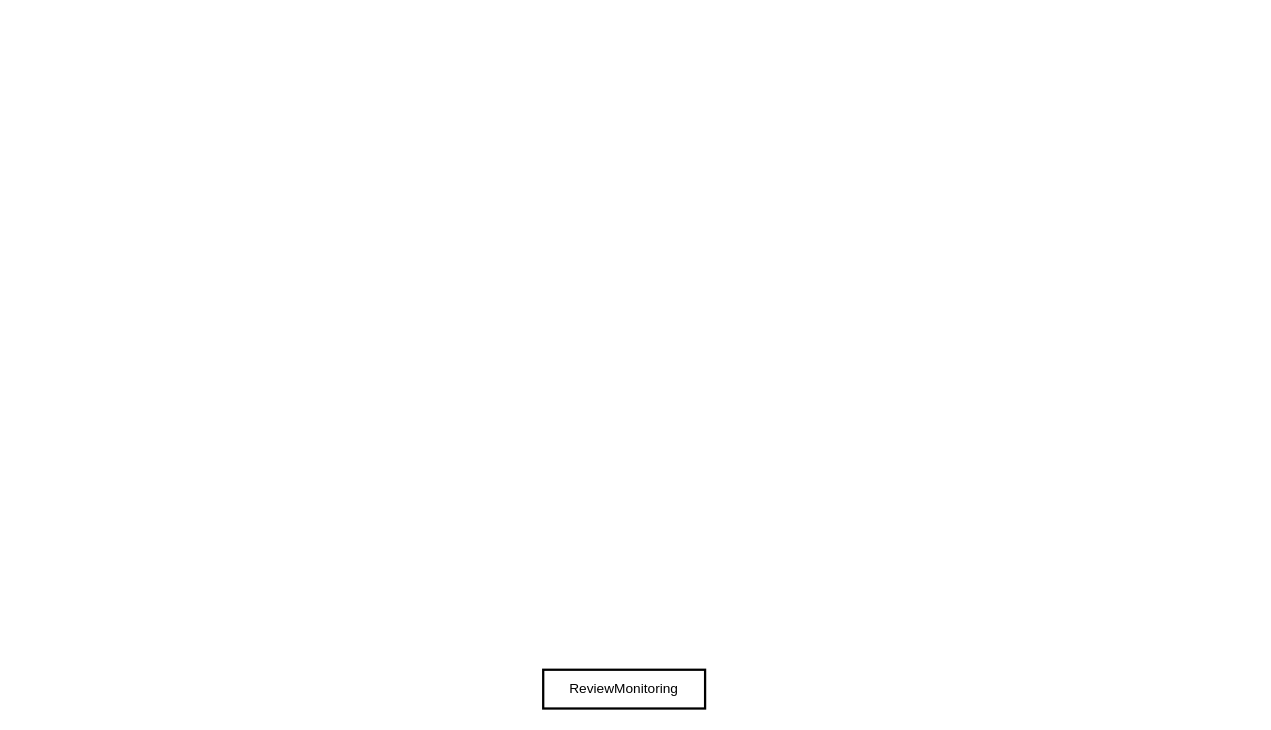
The draw.io diagram ReviewMonitoringDiagram.drawio in jrSin2/amplifyapp, before the edit. Source tidied: cells renumbered, new cells numbered last; positions are measured from the earlier drawing's top-left corner, leaving out a move shared by most shapes. Both pictures are drawn from the tidied source at 114%, with x=0, y=0 at pixel (543, 669).
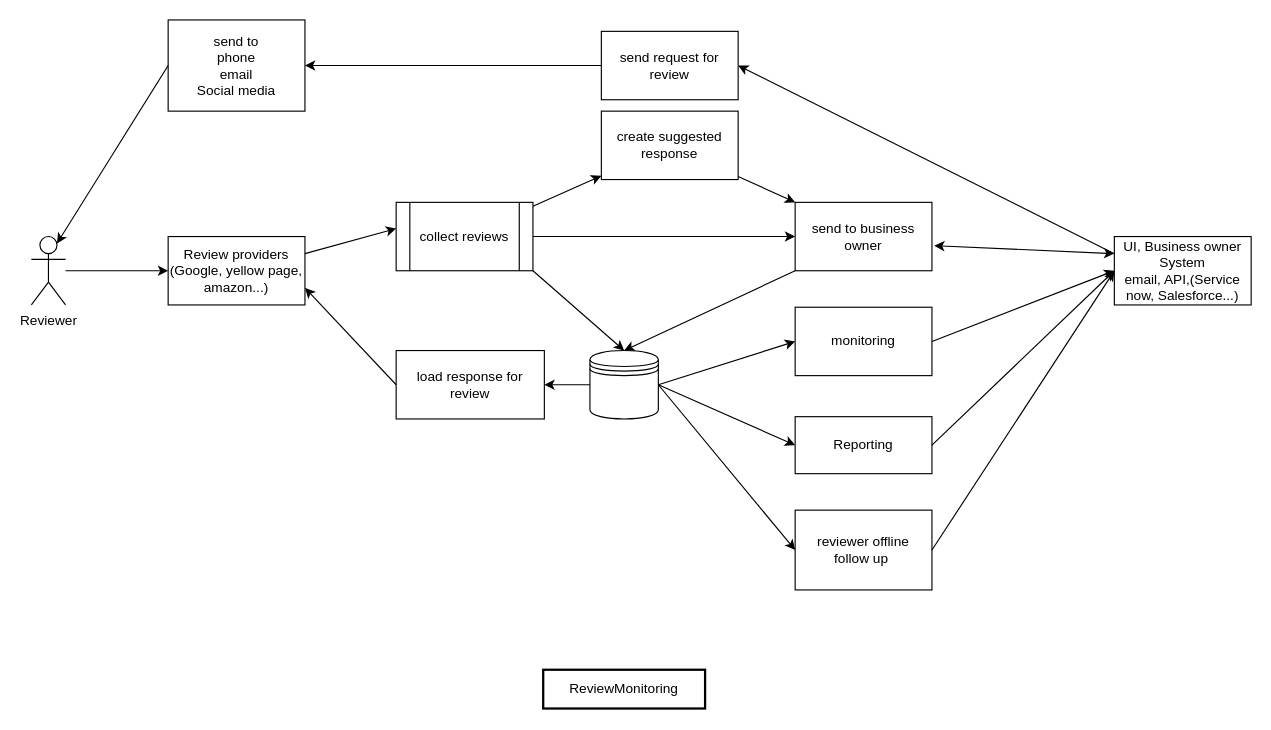
The same page after the edit.

What changed in the source:
```diff
@@
+    <mxCell id="3" value="Review providers&lt;br&gt;(Google, yellow page, amazon...)" style="rounded=0;whiteSpace=wrap;html=1;" parent="1" vertex="1">
+      <mxGeometry x="-329" y="-380" width="120" height="60" as="geometry" />
+    </mxCell>
+    <mxCell id="4" value="collect reviews" style="shape=process;whiteSpace=wrap;html=1;backgroundOutline=1;" parent="1" vertex="1">
+      <mxGeometry x="-129" y="-410" width="120" height="60" as="geometry" />
+    </mxCell>
+    <mxCell id="5" value="create suggested response" style="rounded=0;whiteSpace=wrap;html=1;" parent="1" vertex="1">
+      <mxGeometry x="51" y="-490" width="120" height="60" as="geometry" />
+    </mxCell>
+    <mxCell id="6" value="send to business owner" style="rounded=0;whiteSpace=wrap;html=1;" parent="1" vertex="1">
+      <mxGeometry x="221" y="-410" width="120" height="60" as="geometry" />
+    </mxCell>
+    <mxCell id="7" value="Reviewer&lt;br&gt;" style="shape=umlActor;verticalLabelPosition=bottom;verticalAlign=top;html=1;outlineConnect=0;" parent="1" vertex="1">
+      <mxGeometry x="-449" y="-380" width="30" height="60" as="geometry" />
+    </mxCell>
+    <mxCell id="8" value="load response for review" style="rounded=0;whiteSpace=wrap;html=1;" parent="1" vertex="1">
+      <mxGeometry x="-129" y="-280" width="130" height="60" as="geometry" />
+    </mxCell>
+    <mxCell id="9" style="endArrow=classic;html=1;rounded=0;exitX=1;exitY=0.25;exitDx=0;exitDy=0;entryX=0;entryY=0.383;entryDx=0;entryDy=0;entryPerimeter=0;" parent="1" edge="1" source="3" target="4">
+      <mxGeometry relative="1" as="geometry" />
+    </mxCell>
+    <mxCell id="10" style="endArrow=classic;html=1;rounded=0;" parent="1" edge="1" source="4" target="5">
+      <mxGeometry relative="1" as="geometry" />
+    </mxCell>
+    <mxCell id="11" style="endArrow=classic;html=1;rounded=0;entryX=0;entryY=0;entryDx=0;entryDy=0;" parent="1" edge="1" source="5" target="6">
+      <mxGeometry relative="1" as="geometry" />
+    </mxCell>
+    <mxCell id="12" style="endArrow=classic;html=1;rounded=0;entryX=0.5;entryY=0;entryDx=0;entryDy=0;exitX=0;exitY=1;exitDx=0;exitDy=0;" parent="1" edge="1" source="6" target="20">
+      <mxGeometry relative="1" as="geometry" />
+    </mxCell>
+    <mxCell id="13" style="endArrow=classic;startArrow=classic;html=1;rounded=0;exitX=1.017;exitY=0.633;exitDx=0;exitDy=0;exitPerimeter=0;entryX=0;entryY=0.25;entryDx=0;entryDy=0;" parent="1" edge="1" source="6" target="32">
+      <mxGeometry relative="1" as="geometry" />
+    </mxCell>
+    <mxCell id="14" style="endArrow=classic;html=1;rounded=0;exitX=0;exitY=0.5;exitDx=0;exitDy=0;entryX=1;entryY=0.75;entryDx=0;entryDy=0;" parent="1" edge="1" source="8" target="3">
+      <mxGeometry relative="1" as="geometry" />
+    </mxCell>
+    <mxCell id="15" value="send request for review" style="rounded=0;whiteSpace=wrap;html=1;" parent="1" vertex="1">
+      <mxGeometry x="51" y="-560" width="120" height="60" as="geometry" />
+    </mxCell>
+    <mxCell id="16" style="endArrow=classic;html=1;rounded=0;entryX=1;entryY=0.5;entryDx=0;entryDy=0;exitX=0;exitY=0.25;exitDx=0;exitDy=0;" parent="1" edge="1" source="32" target="15">
+      <mxGeometry relative="1" as="geometry" />
+    </mxCell>
+    <mxCell id="17" style="endArrow=classic;html=1;rounded=0;exitX=0;exitY=0.5;exitDx=0;exitDy=0;" parent="1" edge="1" source="15" target="18">
+      <mxGeometry relative="1" as="geometry" />
+    </mxCell>
+    <mxCell id="18" value="send to &lt;br&gt;phone&lt;br&gt;email&lt;br&gt;&amp;nbsp;Social media&amp;nbsp;" style="rounded=0;whiteSpace=wrap;html=1;" parent="1" vertex="1">
+      <mxGeometry x="-329" y="-570" width="120" height="80" as="geometry" />
+    </mxCell>
+    <mxCell id="19" style="endArrow=classic;html=1;rounded=0;entryX=0.75;entryY=0.1;entryDx=0;entryDy=0;entryPerimeter=0;exitX=0;exitY=0.5;exitDx=0;exitDy=0;" parent="1" edge="1" source="18" target="7">
+      <mxGeometry relative="1" as="geometry" />
+    </mxCell>
+    <mxCell id="20" style="shape=datastore;whiteSpace=wrap;html=1;" parent="1" vertex="1">
+      <mxGeometry x="41" y="-280" width="60" height="60" as="geometry" />
+    </mxCell>
+    <mxCell id="21" style="endArrow=classic;html=1;rounded=0;entryX=0.5;entryY=0;entryDx=0;entryDy=0;exitX=1;exitY=1;exitDx=0;exitDy=0;" parent="1" edge="1" source="4" target="20">
+      <mxGeometry relative="1" as="geometry" />
+    </mxCell>
+    <mxCell id="22" value="monitoring" style="rounded=0;whiteSpace=wrap;html=1;" parent="1" vertex="1">
+      <mxGeometry x="221" y="-318" width="120" height="60" as="geometry" />
+    </mxCell>
+    <mxCell id="23" value="Reporting" style="rounded=0;whiteSpace=wrap;html=1;" parent="1" vertex="1">
+      <mxGeometry x="221" y="-222" width="120" height="50" as="geometry" />
+    </mxCell>
+    <mxCell id="24" value="reviewer offline&lt;br&gt;follow up&amp;nbsp;" style="rounded=0;whiteSpace=wrap;html=1;" parent="1" vertex="1">
+      <mxGeometry x="221" y="-140" width="120" height="70" as="geometry" />
+    </mxCell>
+    <mxCell id="25" style="endArrow=classic;html=1;rounded=0;entryX=0;entryY=0.5;entryDx=0;entryDy=0;exitX=1;exitY=0.5;exitDx=0;exitDy=0;" parent="1" edge="1" source="20" target="22">
+      <mxGeometry relative="1" as="geometry" />
+    </mxCell>
+    <mxCell id="26" style="endArrow=classic;html=1;rounded=0;entryX=0;entryY=0.5;entryDx=0;entryDy=0;exitX=1;exitY=0.5;exitDx=0;exitDy=0;" parent="1" edge="1" source="20" target="23">
+      <mxGeometry relative="1" as="geometry" />
+    </mxCell>
+    <mxCell id="27" style="endArrow=classic;html=1;rounded=0;exitX=1;exitY=0.5;exitDx=0;exitDy=0;entryX=0;entryY=0.5;entryDx=0;entryDy=0;" parent="1" edge="1" source="20" target="24">
+      <mxGeometry relative="1" as="geometry" />
+    </mxCell>
+    <mxCell id="28" style="endArrow=classic;html=1;rounded=0;exitX=1;exitY=0.5;exitDx=0;exitDy=0;entryX=0;entryY=0.5;entryDx=0;entryDy=0;" parent="1" edge="1" source="22" target="32">
+      <mxGeometry relative="1" as="geometry" />
+    </mxCell>
+    <mxCell id="29" style="endArrow=classic;html=1;rounded=0;exitX=1;exitY=0.5;exitDx=0;exitDy=0;entryX=0;entryY=0.5;entryDx=0;entryDy=0;" parent="1" edge="1" source="23" target="32">
+      <mxGeometry relative="1" as="geometry" />
+    </mxCell>
+    <mxCell id="30" style="endArrow=classic;html=1;rounded=0;exitX=1;exitY=0.5;exitDx=0;exitDy=0;entryX=0;entryY=0.5;entryDx=0;entryDy=0;" parent="1" edge="1" source="24" target="32">
+      <mxGeometry relative="1" as="geometry" />
+    </mxCell>
+    <mxCell id="31" style="endArrow=classic;html=1;rounded=0;entryX=1;entryY=0.5;entryDx=0;entryDy=0;exitX=0;exitY=0.5;exitDx=0;exitDy=0;" parent="1" edge="1" source="20" target="8">
+      <mxGeometry relative="1" as="geometry" />
+    </mxCell>
+    <mxCell id="32" value="UI, Business owner System&lt;br&gt;email, API,(Service now, Salesforce...)" style="rounded=0;whiteSpace=wrap;html=1;" parent="1" vertex="1">
+      <mxGeometry x="501" y="-380" width="120" height="60" as="geometry" />
+    </mxCell>
+    <mxCell id="33" style="endArrow=classic;html=1;rounded=0;exitX=1;exitY=0.5;exitDx=0;exitDy=0;entryX=0;entryY=0.5;entryDx=0;entryDy=0;" parent="1" edge="1" source="4" target="6">
+      <mxGeometry relative="1" as="geometry" />
+    </mxCell>
+    <mxCell id="34" style="endArrow=classic;html=1;rounded=0;entryX=0;entryY=0.5;entryDx=0;entryDy=0;" parent="1" edge="1" source="7" target="3">
+      <mxGeometry relative="1" as="geometry" />
+    </mxCell>
```
